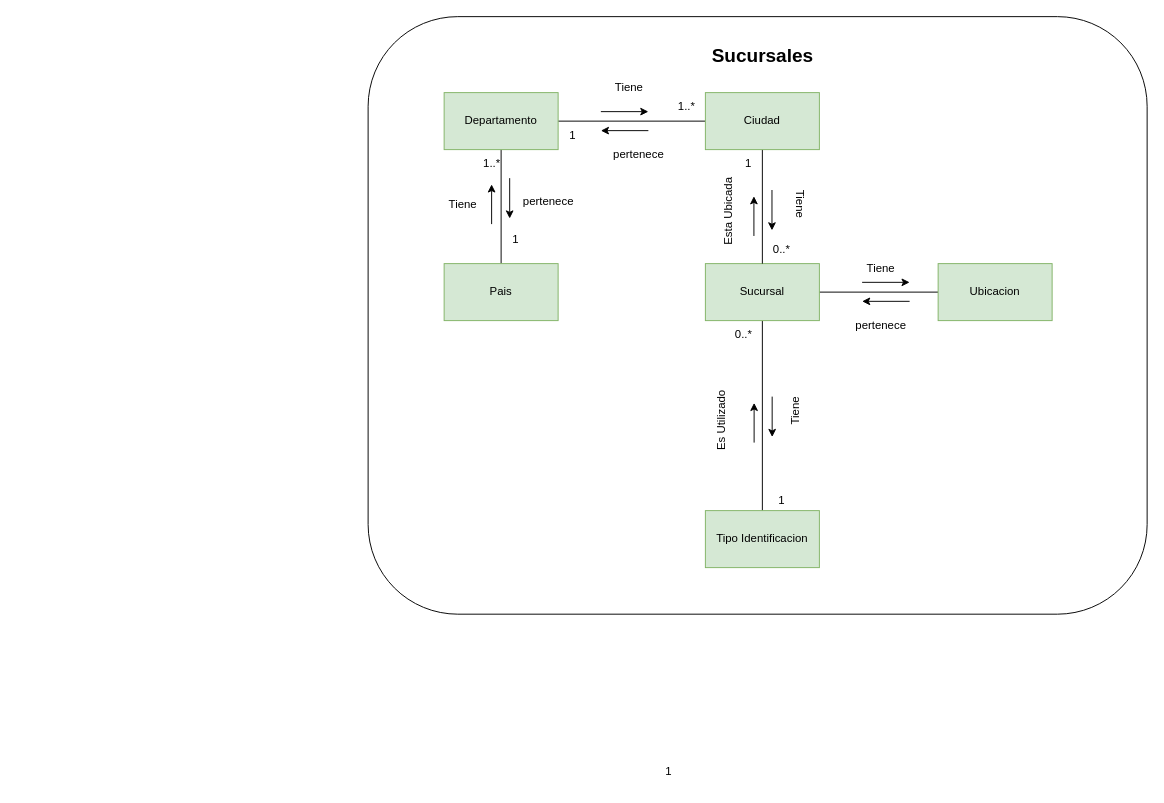
Above: page "4.4 Sucursales-ModeloDominioAcotado" (7 of 12) of SpaOnline/ModeloDominioSpa.drawio in cristianospina/DOO (draw.io), before the change. Source tidied: cells renumbered, new cells numbered last; positions are measured from the earlier drawing's top-left corner, leaving out a move shared by most shapes. Both pictures are drawn from the tidied source at 95%, with x=0, y=0 at pixel (368, 16).
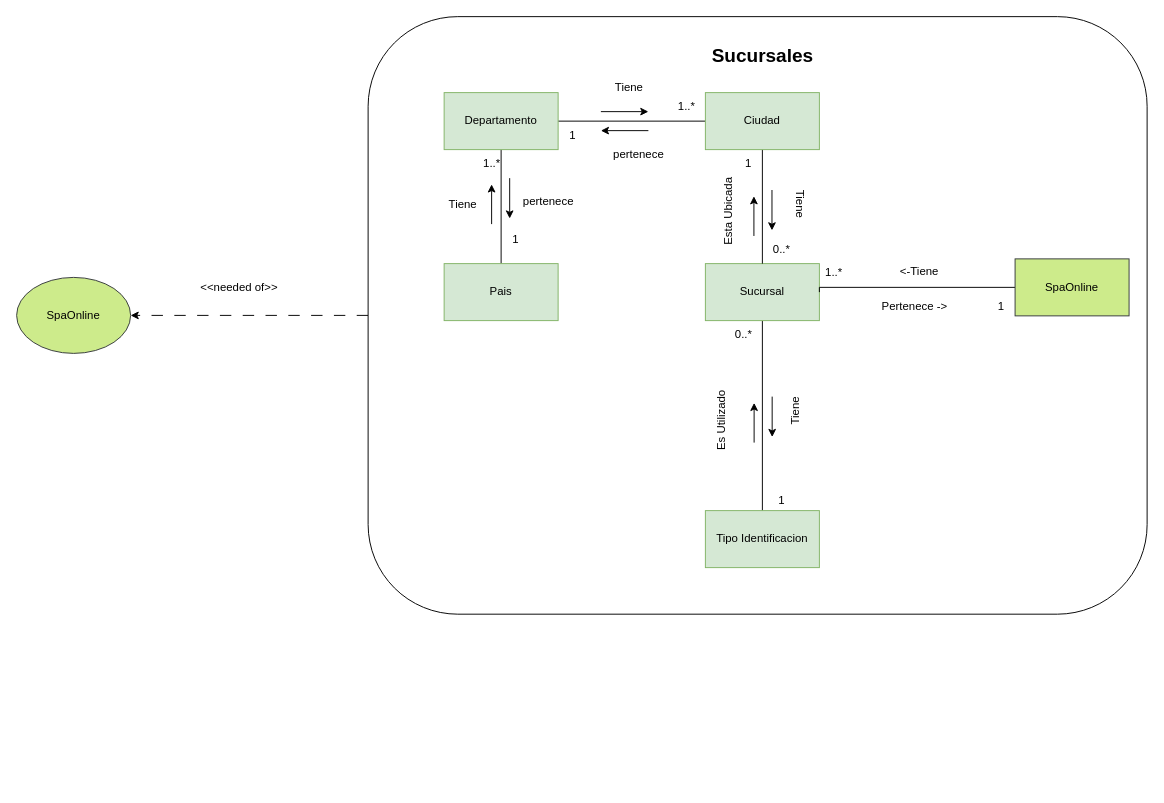
After the change.

Unchanged cells that the change refers to:
```xml
<mxCell id="2" style="rounded=1;whiteSpace=wrap;html=1;" parent="1" vertex="1">
  <mxGeometry width="820" height="629" as="geometry" />
</mxCell>
<mxCell id="5" value="Sucursal" style="rounded=0;whiteSpace=wrap;html=1;fillColor=#d5e8d4;strokeColor=#82b366;" parent="1" vertex="1">
  <mxGeometry x="355" y="260" width="120" height="60" as="geometry" />
</mxCell>
```

Change to the diagram source:
```diff
@@
+    <mxCell id="44" style="edgeStyle=orthogonalEdgeStyle;rounded=0;jettySize=auto;html=1;entryX=1;entryY=0.5;entryDx=0;entryDy=0;dashed=1;dashPattern=12 12;" parent="1" edge="1" source="2" target="50">
+      <mxGeometry relative="1" as="geometry">
+        <Array as="points">
+          <mxPoint x="-240" y="315" />
+        </Array>
+      </mxGeometry>
+    </mxCell>
@@
-    <mxCell id="4" style="edgeStyle=orthogonalEdgeStyle;rounded=0;jettySize=auto;html=1;endArrow=none;endFill=0;" parent="1" edge="1" source="5" target="6">
-      <mxGeometry relative="1" as="geometry" />
-    </mxCell>
@@
-    <mxCell id="6" value="Ubicacion" style="rounded=0;whiteSpace=wrap;html=1;fillColor=#d5e8d4;strokeColor=#82b366;" parent="1" vertex="1">
-      <mxGeometry x="600" y="260" width="120" height="60" as="geometry" />
-    </mxCell>
@@
-    <mxCell id="23" value="1" style="text;html=1;align=center;verticalAlign=middle;strokeColor=none;fillColor=none;" parent="1" vertex="1">
-      <mxGeometry x="301" y="780" width="30" height="30" as="geometry" />
-    </mxCell>
@@
-    <mxCell id="40" value="Tiene" style="text;html=1;align=center;verticalAlign=middle;whiteSpace=wrap;rounded=0;" parent="1" vertex="1">
-      <mxGeometry x="510" y="250" width="60" height="30" as="geometry" />
-    </mxCell>
-    <mxCell id="41" style="endArrow=classic;html=1;rounded=0;" parent="1" edge="1">
-      <mxGeometry relative="1" as="geometry">
-        <mxPoint x="570" y="299.7" as="sourcePoint" />
-        <mxPoint x="520" y="299.7" as="targetPoint" />
-      </mxGeometry>
-    </mxCell>
-    <mxCell id="42" style="endArrow=classic;html=1;rounded=0;" parent="1" edge="1">
-      <mxGeometry relative="1" as="geometry">
-        <mxPoint x="520" y="279.7" as="sourcePoint" />
-        <mxPoint x="570" y="279.7" as="targetPoint" />
-      </mxGeometry>
-    </mxCell>
-    <mxCell id="43" value="pertenece" style="text;html=1;align=center;verticalAlign=middle;whiteSpace=wrap;rounded=0;" parent="1" vertex="1">
-      <mxGeometry x="510" y="310" width="60" height="30" as="geometry" />
-    </mxCell>
+    <mxCell id="45" style="edgeStyle=orthogonalEdgeStyle;rounded=0;jettySize=auto;html=1;entryX=1;entryY=0.5;entryDx=0;entryDy=0;endArrow=none;endFill=0;" parent="1" edge="1" source="46" target="5">
+      <mxGeometry relative="1" as="geometry">
+        <Array as="points">
+          <mxPoint x="475" y="285" />
+        </Array>
+      </mxGeometry>
+    </mxCell>
+    <mxCell id="46" value="SpaOnline" style="rounded=0;whiteSpace=wrap;html=1;fillColor=#cdeb8b;strokeColor=#36393d;" parent="1" vertex="1">
+      <mxGeometry x="681" y="255" width="120" height="60" as="geometry" />
+    </mxCell>
+    <mxCell id="23" value="1" style="text;html=1;align=center;verticalAlign=middle;fillColor=none;" parent="1" vertex="1">
+      <mxGeometry x="651" y="290" width="30" height="30" as="geometry" />
+    </mxCell>
+    <mxCell id="47" value="Pertenece -&amp;gt;" style="text;html=1;align=center;verticalAlign=middle;rotation=0;fillColor=none;" parent="1" vertex="1">
+      <mxGeometry x="530" y="290" width="90" height="30" as="geometry" />
+    </mxCell>
+    <mxCell id="48" value="&lt;br&gt;&amp;lt;-Tiene" style="text;html=1;align=center;verticalAlign=middle;rotation=0;fillColor=none;" parent="1" vertex="1">
+      <mxGeometry x="550" y="240" width="60" height="40" as="geometry" />
+    </mxCell>
+    <mxCell id="49" value="1..*" style="text;html=1;align=center;verticalAlign=middle;strokeColor=none;fillColor=none;" parent="1" vertex="1">
+      <mxGeometry x="470" y="255" width="40" height="30" as="geometry" />
+    </mxCell>
+    <mxCell id="50" value="SpaOnline" style="ellipse;whiteSpace=wrap;html=1;fillColor=#cdeb8b;strokeColor=#36393d;" parent="1" vertex="1">
+      <mxGeometry x="-370" y="274.5" width="120" height="80" as="geometry" />
+    </mxCell>
+    <mxCell id="51" value="&amp;lt;&amp;lt;needed of&amp;gt;&amp;gt;" style="text;html=1;align=center;verticalAlign=middle;strokeColor=none;fillColor=none;" parent="1" vertex="1">
+      <mxGeometry x="-186" y="270" width="100" height="30" as="geometry" />
+    </mxCell>
```
